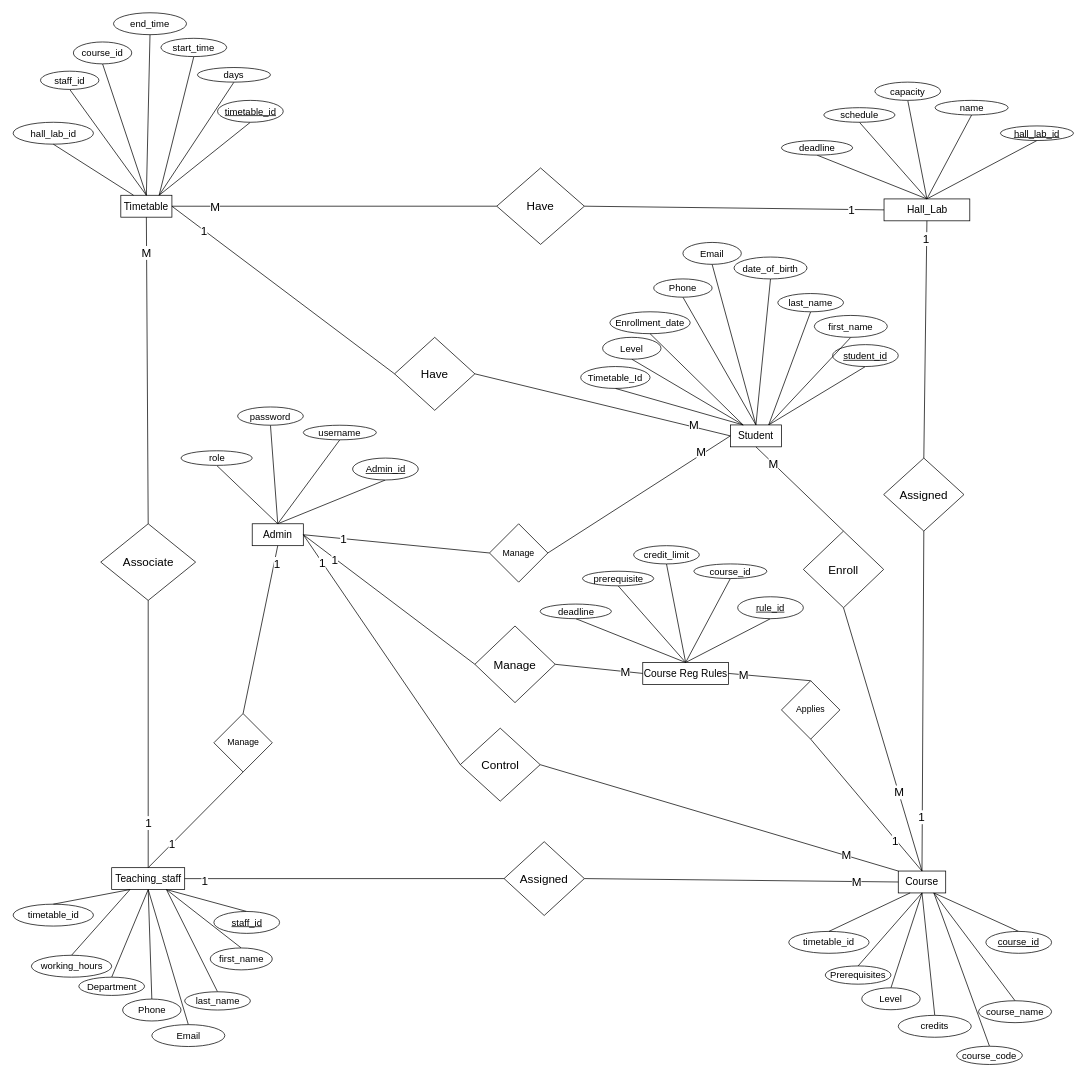
Before: ERD.drawio in david11133/draw.io, a draw.io diagram. Source tidied: cells renumbered, new cells numbered last; positions are measured from the earlier drawing's top-left corner, leaving out a move shared by most shapes. Both pictures are drawn from the tidied source at 73%, with x=0, y=0 at pixel (13, 12).
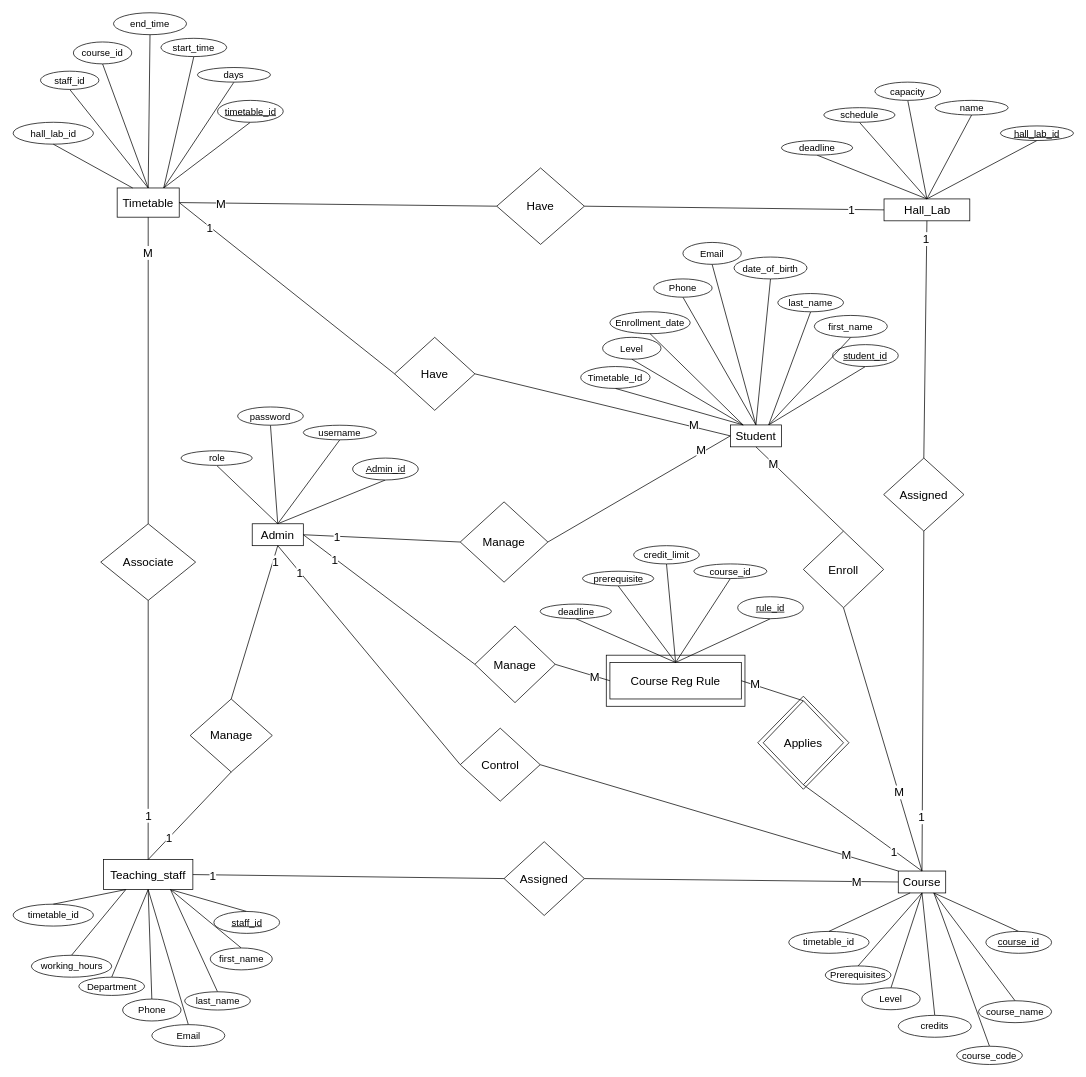
The same diagram, later.

The change refers to these unchanged cells:
```xml
<mxCell id="99" value="Control" style="rhombus;whiteSpace=wrap;html=1;fontSize=16;" parent="1" vertex="1">
  <mxGeometry x="612" y="980" width="109.5" height="100" as="geometry" />
</mxCell>
<mxCell id="114" style="endArrow=none;html=1;rounded=0;exitX=1;exitY=0.5;exitDx=0;exitDy=0;entryX=0;entryY=0.5;entryDx=0;entryDy=0;" parent="1" edge="1" source="102" target="106">
  <mxGeometry relative="1" as="geometry" />
</mxCell>
<mxCell id="124" style="endArrow=none;html=1;rounded=0;entryX=1;entryY=0.5;entryDx=0;entryDy=0;exitX=0.5;exitY=0;exitDx=0;exitDy=0;" parent="1" edge="1" source="123" target="106">
  <mxGeometry relative="1" as="geometry" />
</mxCell>
```

What changed in the source:
```diff
@@
+    <mxCell id="154" style="rhombus;whiteSpace=wrap;html=1;" parent="1" vertex="1">
+      <mxGeometry x="1019.5" y="936.2" width="125" height="127.5" as="geometry" />
+    </mxCell>
+    <mxCell id="155" style="rounded=0;whiteSpace=wrap;html=1;" parent="1" vertex="1">
+      <mxGeometry x="812" y="880" width="190" height="70" as="geometry" />
+    </mxCell>
@@
-    <mxCell id="3" value="Student" style="rounded=0;whiteSpace=wrap;html=1;fontSize=14;" parent="1" vertex="1">
+    <mxCell id="3" value="Student" style="rounded=0;whiteSpace=wrap;html=1;fontSize=16;" parent="1" vertex="1">
       <mxGeometry x="982" y="564.6" width="70" height="30" as="geometry" />
     </mxCell>
@@
-    <mxCell id="22" value="Course" style="rounded=0;whiteSpace=wrap;html=1;fontSize=14;" parent="1" vertex="1">
+    <mxCell id="22" value="Course" style="rounded=0;whiteSpace=wrap;html=1;fontSize=16;" parent="1" vertex="1">
       <mxGeometry x="1212" y="1175.7" width="65" height="30" as="geometry" />
     </mxCell>
@@
-    <mxCell id="37" value="Timetable" style="rounded=0;whiteSpace=wrap;html=1;fontSize=14;" parent="1" vertex="1">
-      <mxGeometry x="147" y="250" width="70" height="30" as="geometry" />
+    <mxCell id="37" value="Timetable" style="rounded=0;whiteSpace=wrap;html=1;fontSize=16;" parent="1" vertex="1">
+      <mxGeometry x="142" y="240" width="85" height="40" as="geometry" />
     </mxCell>
@@
-    <mxCell id="62" value="Teaching_staff" style="rounded=0;whiteSpace=wrap;html=1;fontSize=14;" parent="1" vertex="1">
-      <mxGeometry x="134.5" y="1171.1" width="100" height="30" as="geometry" />
+    <mxCell id="62" value="Teaching_staff" style="rounded=0;whiteSpace=wrap;html=1;fontSize=16;" parent="1" vertex="1">
+      <mxGeometry x="123.2" y="1160" width="122.5" height="41.1" as="geometry" />
     </mxCell>
@@
-    <mxCell id="89" value="Admin" style="rounded=0;whiteSpace=wrap;html=1;fontSize=14;" parent="1" vertex="1">
+    <mxCell id="89" value="Admin" style="rounded=0;whiteSpace=wrap;html=1;fontSize=16;" parent="1" vertex="1">
       <mxGeometry x="327" y="700" width="70" height="30" as="geometry" />
     </mxCell>
@@
-    <mxCell id="97" style="endArrow=none;html=1;rounded=0;exitX=1;exitY=0.5;exitDx=0;exitDy=0;entryX=0;entryY=0.5;entryDx=0;entryDy=0;fontSize=16;" parent="1" edge="1" source="89" target="99">
+    <mxCell id="97" style="endArrow=none;html=1;rounded=0;exitX=0.5;exitY=1;exitDx=0;exitDy=0;entryX=0;entryY=0.5;entryDx=0;entryDy=0;fontSize=16;" parent="1" edge="1" source="89" target="99">
       <mxGeometry relative="1" as="geometry" />
     </mxCell>
@@
-    <mxCell id="106" value="Course Reg Rules" style="rounded=0;whiteSpace=wrap;html=1;fontSize=14;" parent="1" vertex="1">
-      <mxGeometry x="862" y="890" width="117.5" height="30" as="geometry" />
+    <mxCell id="106" value="Course Reg Rule" style="rounded=0;whiteSpace=wrap;html=1;fontSize=16;" parent="1" vertex="1">
+      <mxGeometry x="817" y="890" width="180" height="50" as="geometry" />
     </mxCell>
@@
     <mxCell id="115" value="M" style="edgeLabel;html=1;align=center;verticalAlign=middle;fontSize=16;" parent="114" vertex="1">
-      <mxGeometry x="0.59" relative="1" as="geometry" />
+      <mxGeometry x="0.59" relative="1" as="geometry">
+        <mxPoint x="-6" y="-1" as="offset" />
+      </mxGeometry>
     </mxCell>
-    <mxCell id="116" value="Manage" style="rhombus;whiteSpace=wrap;html=1;" parent="1" vertex="1">
-      <mxGeometry x="274.5" y="960" width="80" height="80" as="geometry" />
+    <mxCell id="116" value="Manage" style="rhombus;whiteSpace=wrap;html=1;fontSize=16;" parent="1" vertex="1">
+      <mxGeometry x="242" y="940" width="112.5" height="100" as="geometry" />
     </mxCell>
@@
-    <mxCell id="123" value="Applies" style="rhombus;whiteSpace=wrap;html=1;" parent="1" vertex="1">
-      <mxGeometry x="1052" y="915" width="80" height="80" as="geometry" />
+    <mxCell id="123" value="Applies" style="rhombus;whiteSpace=wrap;html=1;fontSize=16;" parent="1" vertex="1">
+      <mxGeometry x="1027" y="942.5" width="110" height="115" as="geometry" />
     </mxCell>
@@
     <mxCell id="125" value="M" style="edgeLabel;html=1;align=center;verticalAlign=middle;fontSize=16;" parent="124" vertex="1">
       <mxGeometry x="0.67" relative="1" as="geometry">
-        <mxPoint x="1" as="offset" />
+        <mxPoint x="5" as="offset" />
       </mxGeometry>
     </mxCell>
@@
-    <mxCell id="129" value="Hall_Lab" style="rounded=0;whiteSpace=wrap;html=1;fontSize=14;" parent="1" vertex="1">
+    <mxCell id="129" value="Hall_Lab" style="rounded=0;whiteSpace=wrap;html=1;fontSize=16;" parent="1" vertex="1">
       <mxGeometry x="1192.5" y="255" width="117.5" height="30" as="geometry" />
     </mxCell>
@@
-    <mxCell id="149" value="Manage" style="rhombus;whiteSpace=wrap;html=1;" parent="1" vertex="1">
-      <mxGeometry x="652" y="700" width="80" height="80" as="geometry" />
+    <mxCell id="149" value="Manage" style="rhombus;whiteSpace=wrap;html=1;fontSize=16;" parent="1" vertex="1">
+      <mxGeometry x="612" y="670" width="120" height="110" as="geometry" />
     </mxCell>
```
